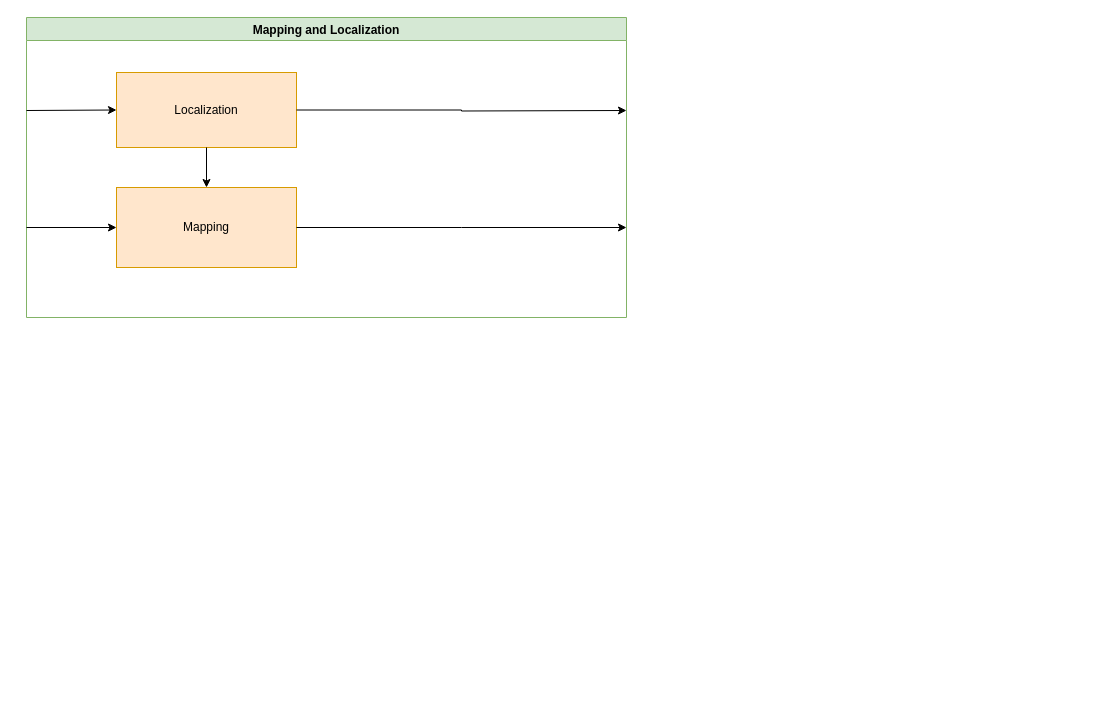
Above: page "Localization and Mapping" (2 of 3) of TestNav.drawio in ipa-dmo/ipa_outdoor_docu (draw.io), before the change. Source tidied: cells renumbered, new cells numbered last; positions are measured from the earlier drawing's top-left corner, leaving out a move shared by most shapes. Both pictures are drawn from the tidied source at 100%, with x=0, y=0 at pixel (26, 17).
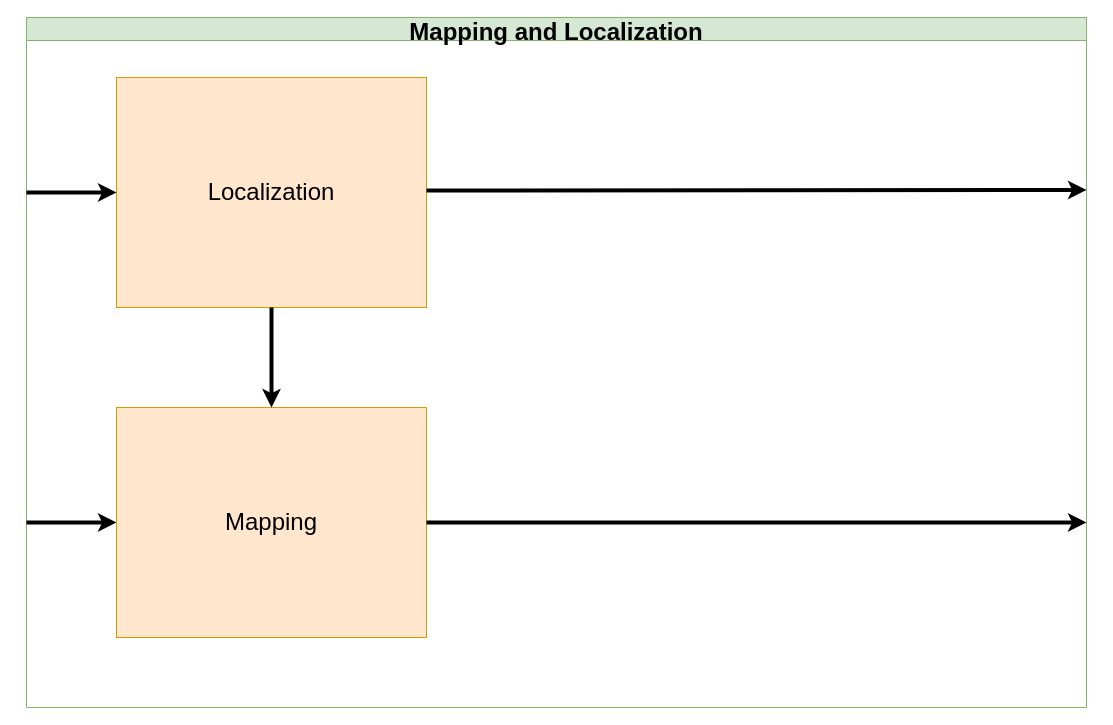
Above is the later version.

Diff of the diagram source:
```diff
@@
 <mxGraphModel>
   <root>
     <mxCell id="0" />
     <mxCell id="1" parent="0" />
-    <mxCell id="2" value="Mapping and Localization" style="swimlane;fillColor=#d5e8d4;strokeColor=#82b366;" parent="1" vertex="1">
-      <mxGeometry width="600" height="300" as="geometry" />
+    <mxCell id="2" value="Mapping and Localization" style="swimlane;fillColor=#d5e8d4;strokeColor=#82b366;fontSize=24;" parent="1" vertex="1">
+      <mxGeometry width="1060" height="690" as="geometry" />
     </mxCell>
-    <mxCell id="3" style="endArrow=classic;entryX=0;entryY=0.5;entryDx=0;entryDy=0;verticalAlign=top;horizontal=1;" parent="2" edge="1" target="5">
+    <mxCell id="3" style="endArrow=classic;entryX=0;entryY=0.5;entryDx=0;entryDy=0;verticalAlign=top;horizontal=1;strokeWidth=4;" parent="2" edge="1" target="5">
       <mxGeometry relative="1" as="geometry">
-        <mxPoint y="210" as="sourcePoint" />
+        <mxPoint y="505" as="sourcePoint" />
       </mxGeometry>
     </mxCell>
-    <mxCell id="4" value="Localization" style="whiteSpace=wrap;html=1;fillColor=#ffe6cc;strokeColor=#d79b00;" parent="2" vertex="1">
-      <mxGeometry x="90" y="55" width="180" height="75" as="geometry" />
+    <mxCell id="4" value="&lt;font style=&quot;font-size: 24px&quot;&gt;Localization&lt;/font&gt;" style="whiteSpace=wrap;html=1;fillColor=#ffe6cc;strokeColor=#d79b00;" parent="2" vertex="1">
+      <mxGeometry x="90" y="60" width="310" height="230" as="geometry" />
     </mxCell>
-    <mxCell id="5" value="Mapping" style="whiteSpace=wrap;html=1;fillColor=#ffe6cc;strokeColor=#d79b00;" parent="2" vertex="1">
-      <mxGeometry x="90" y="170" width="180" height="80" as="geometry" />
+    <mxCell id="5" value="&lt;font style=&quot;font-size: 24px&quot;&gt;Mapping&lt;/font&gt;" style="whiteSpace=wrap;html=1;fillColor=#ffe6cc;strokeColor=#d79b00;" parent="2" vertex="1">
+      <mxGeometry x="90" y="390" width="310" height="230" as="geometry" />
     </mxCell>
-    <mxCell id="6" style="endArrow=classic;html=1;entryX=0;entryY=0.5;entryDx=0;entryDy=0;" parent="2" edge="1" target="4">
+    <mxCell id="6" style="endArrow=classic;html=1;entryX=0;entryY=0.5;entryDx=0;entryDy=0;strokeWidth=4;" parent="2" edge="1" target="4">
       <mxGeometry relative="1" as="geometry">
-        <mxPoint y="93" as="sourcePoint" />
+        <mxPoint y="175" as="sourcePoint" />
       </mxGeometry>
     </mxCell>
-    <mxCell id="7" style="endArrow=classic;html=1;entryX=0.5;entryY=0;entryDx=0;entryDy=0;exitX=0.5;exitY=1;exitDx=0;exitDy=0;" parent="2" edge="1" source="4" target="5">
-      <mxGeometry relative="1" as="geometry" />
+    <mxCell id="7" style="endArrow=classic;html=1;entryX=0.5;entryY=0;entryDx=0;entryDy=0;exitX=0.5;exitY=1;exitDx=0;exitDy=0;strokeWidth=4;" parent="2" edge="1" source="4" target="5">
+      <mxGeometry relative="1" as="geometry">
+        <Array as="points">
+          <mxPoint x="245" y="330" />
+        </Array>
+      </mxGeometry>
     </mxCell>
-    <mxCell id="8" style="edgeStyle=orthogonalEdgeStyle;rounded=0;jettySize=auto;html=0;verticalAlign=top;" parent="2" edge="1" source="4">
+    <mxCell id="8" style="edgeStyle=orthogonalEdgeStyle;rounded=0;jettySize=auto;html=0;verticalAlign=top;strokeWidth=4;entryX=1;entryY=0.25;entryDx=0;entryDy=0;" parent="2" edge="1" target="2">
       <mxGeometry relative="1" as="geometry">
-        <mxPoint x="600" y="93" as="targetPoint" />
+        <mxPoint x="420" y="173" as="sourcePoint" />
+        <Array as="points">
+          <mxPoint x="400" y="173" />
+          <mxPoint x="420" y="173" />
+        </Array>
       </mxGeometry>
     </mxCell>
-    <mxCell id="9" style="edgeStyle=orthogonalEdgeStyle;rounded=0;jettySize=auto;html=0;verticalAlign=top;exitX=1;exitY=0.5;exitDx=0;exitDy=0;" parent="2" edge="1" source="5">
+    <mxCell id="9" style="edgeStyle=orthogonalEdgeStyle;rounded=0;jettySize=auto;html=0;verticalAlign=top;exitX=1;exitY=0.5;exitDx=0;exitDy=0;strokeWidth=4;" parent="2" edge="1" source="5">
       <mxGeometry relative="1" as="geometry">
-        <mxPoint x="600" y="210" as="targetPoint" />
+        <mxPoint x="1060" y="505" as="targetPoint" />
       </mxGeometry>
     </mxCell>
   </root>
 </mxGraphModel>
```
